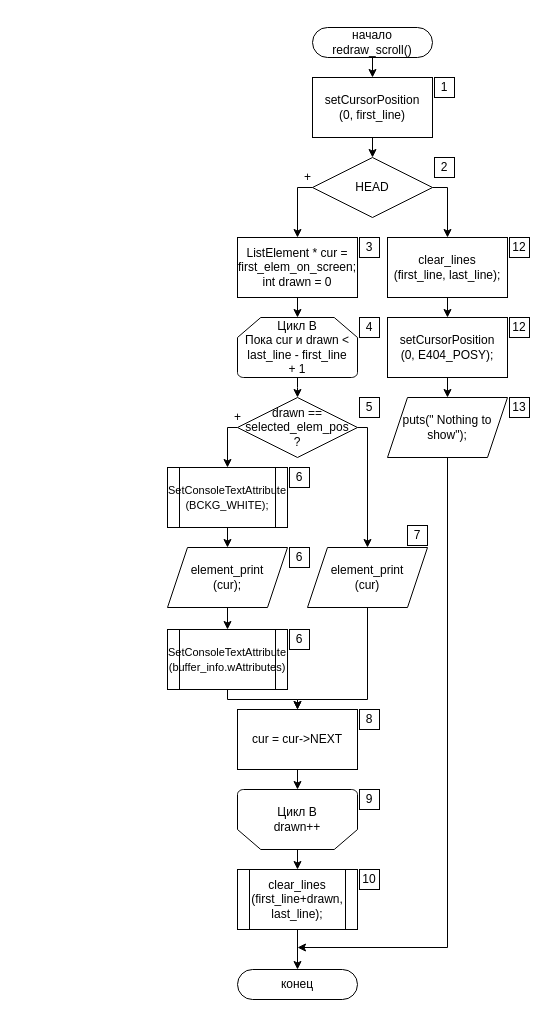
This is ПЗ/Diagrams/redraw_scroll.drawio from Killfrra/AnP, a draw.io file, before an edit. Source tidied: cells renumbered, new cells numbered last; positions are measured from the earlier drawing's top-left corner, leaving out a move shared by most shapes. Both pictures are drawn from the tidied source at 100%, with x=0, y=0 at pixel (167, 27).
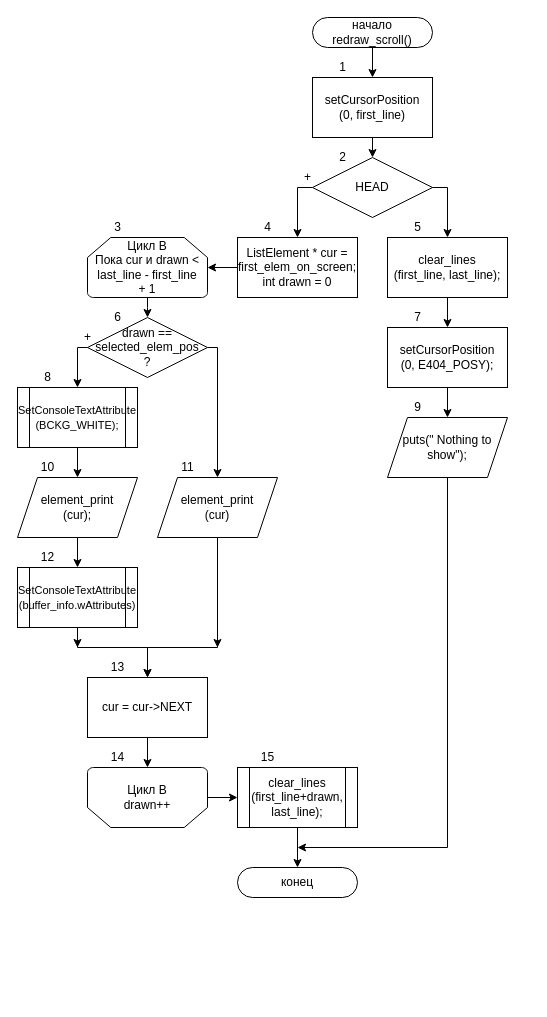
Above is the later version.

Unchanged cells that the change refers to:
```xml
<mxCell id="28" value="ListElement * cur = first_elem_on_screen;&lt;br&gt;int drawn = 0" style="rounded=0;whiteSpace=wrap;html=1;" parent="1" vertex="1">
  <mxGeometry x="70" y="210" width="120" height="60" as="geometry" />
</mxCell>
```

Change to the diagram source:
```diff
@@
     <mxCell id="2" value="начало&lt;br&gt;redraw_scroll()" style="rounded=1;whiteSpace=wrap;html=1;arcSize=50;" parent="1" vertex="1">
-      <mxGeometry x="145" width="120" height="30" as="geometry" />
+      <mxGeometry x="145" y="-10" width="120" height="30" as="geometry" />
     </mxCell>
     <mxCell id="3" value="конец" style="rounded=1;whiteSpace=wrap;html=1;arcSize=50;" parent="1" vertex="1">
-      <mxGeometry x="70" y="942" width="120" height="30" as="geometry" />
+      <mxGeometry x="70" y="840" width="120" height="30" as="geometry" />
     </mxCell>
@@
     <mxCell id="15" value="Цикл B&lt;br&gt;Пока cur и drawn &amp;lt; last_line - first_line&lt;br&gt;+ 1" style="strokeWidth=1;html=1;shape=mxgraph.flowchart.loop_limit;whiteSpace=wrap;flipV=0;" parent="1" vertex="1">
-      <mxGeometry x="70" y="290" width="120" height="60" as="geometry" />
+      <mxGeometry x="-80" y="210" width="120" height="60" as="geometry" />
     </mxCell>
+    <mxCell id="63" style="edgeStyle=orthogonalEdgeStyle;rounded=0;jettySize=auto;html=1;exitX=1;exitY=0.5;exitDx=0;exitDy=0;exitPerimeter=0;entryX=0;entryY=0.5;entryDx=0;entryDy=0;" parent="1" edge="1" source="16" target="39">
+      <mxGeometry relative="1" as="geometry" />
+    </mxCell>
     <mxCell id="16" value="Цикл B&lt;br&gt;drawn++" style="strokeWidth=1;html=1;shape=mxgraph.flowchart.loop_limit;whiteSpace=wrap;flipV=1;" parent="1" vertex="1">
-      <mxGeometry x="70" y="762" width="120" height="60" as="geometry" />
+      <mxGeometry x="-80" y="740" width="120" height="60" as="geometry" />
     </mxCell>
     <mxCell id="17" value="cur = cur-&gt;NEXT" style="rounded=0;whiteSpace=wrap;html=1;" parent="1" vertex="1">
-      <mxGeometry x="70" y="682" width="120" height="60" as="geometry" />
+      <mxGeometry x="-80" y="650" width="120" height="60" as="geometry" />
     </mxCell>
@@
     <mxCell id="19" style="edgeStyle=orthogonalEdgeStyle;rounded=0;jettySize=auto;html=1;exitX=0;exitY=0.5;exitDx=0;exitDy=0;entryX=0.5;entryY=0;entryDx=0;entryDy=0;" parent="1" edge="1" source="20" target="60">
       <mxGeometry relative="1" as="geometry">
         <Array as="points">
-          <mxPoint x="60" y="400" />
+          <mxPoint x="-90" y="320" />
         </Array>
       </mxGeometry>
     </mxCell>
     <mxCell id="20" value="drawn == selected_elem_pos&lt;br&gt;?" style="rhombus;whiteSpace=wrap;html=1;rounded=0;" parent="1" vertex="1">
-      <mxGeometry x="70" y="370" width="120" height="60" as="geometry" />
+      <mxGeometry x="-80" y="290" width="120" height="60" as="geometry" />
     </mxCell>
+    <mxCell id="64" style="edgeStyle=orthogonalEdgeStyle;rounded=0;jettySize=auto;html=1;exitX=0.5;exitY=1;exitDx=0;exitDy=0;" parent="1" edge="1" source="21">
+      <mxGeometry relative="1" as="geometry">
+        <mxPoint x="-90" y="620" as="targetPoint" />
+      </mxGeometry>
+    </mxCell>
     <mxCell id="21" value="&lt;font style=&quot;font-size: 11px&quot;&gt;SetConsoleTextAttribute&lt;br&gt;(buffer_info.wAttributes)&lt;/font&gt;" style="shape=process;whiteSpace=wrap;html=1;backgroundOutline=1;fontFamily=Helvetica;fontSize=12;fontColor=#000000;align=center;strokeColor=#000000;fillColor=#ffffff;" parent="1" vertex="1">
-      <mxGeometry y="602" width="120" height="60" as="geometry" />
+      <mxGeometry x="-150" y="540" width="120" height="60" as="geometry" />
     </mxCell>
     <mxCell id="22" style="edgeStyle=orthogonalEdgeStyle;rounded=0;jettySize=auto;html=1;exitX=0.5;exitY=1;exitDx=0;exitDy=0;entryX=0.5;entryY=0;entryDx=0;entryDy=0;" parent="1" edge="1" source="21" target="17">
       <mxGeometry relative="1" as="geometry">
         <Array as="points">
-          <mxPoint x="60" y="672" />
-          <mxPoint x="130" y="672" />
+          <mxPoint x="-90" y="620" />
+          <mxPoint x="-20" y="620" />
         </Array>
       </mxGeometry>
     </mxCell>
+    <mxCell id="65" style="edgeStyle=orthogonalEdgeStyle;rounded=0;jettySize=auto;html=1;exitX=0.5;exitY=1;exitDx=0;exitDy=0;" parent="1" edge="1" source="23">
+      <mxGeometry relative="1" as="geometry">
+        <mxPoint x="50" y="620" as="targetPoint" />
+      </mxGeometry>
+    </mxCell>
     <mxCell id="23" value="element_print&lt;br&gt;(cur)" style="shape=parallelogram;perimeter=parallelogramPerimeter;whiteSpace=wrap;html=1;fixedSize=1;fontFamily=Helvetica;fontSize=12;fontColor=#000000;align=center;strokeColor=#000000;fillColor=#ffffff;" parent="1" vertex="1">
-      <mxGeometry x="140" y="520" width="120" height="60" as="geometry" />
+      <mxGeometry x="-10" y="450" width="120" height="60" as="geometry" />
     </mxCell>
     <mxCell id="24" style="edgeStyle=orthogonalEdgeStyle;rounded=0;jettySize=auto;html=1;exitX=0.5;exitY=1;exitDx=0;exitDy=0;entryX=0.5;entryY=0;entryDx=0;entryDy=0;" parent="1" edge="1" source="23" target="17">
       <mxGeometry relative="1" as="geometry">
         <Array as="points">
-          <mxPoint x="200" y="672" />
-          <mxPoint x="130" y="672" />
+          <mxPoint x="50" y="620" />
+          <mxPoint x="-20" y="620" />
         </Array>
       </mxGeometry>
     </mxCell>
     <mxCell id="25" style="edgeStyle=orthogonalEdgeStyle;rounded=0;jettySize=auto;html=1;exitX=1;exitY=0.5;exitDx=0;exitDy=0;entryX=0.5;entryY=0;entryDx=0;entryDy=0;" parent="1" edge="1" source="20" target="23">
       <mxGeometry relative="1" as="geometry">
         <Array as="points">
-          <mxPoint x="200" y="400" />
+          <mxPoint x="50" y="320" />
         </Array>
       </mxGeometry>
     </mxCell>
     <mxCell id="26" style="edgeStyle=orthogonalEdgeStyle;rounded=0;jettySize=auto;html=1;exitX=0.5;exitY=1;exitDx=0;exitDy=0;entryX=0.5;entryY=0;entryDx=0;entryDy=0;" parent="1" edge="1" source="15" target="20">
       <mxGeometry relative="1" as="geometry">
         <Array as="points">
-          <mxPoint x="130" y="360" />
-          <mxPoint x="130" y="360" />
+          <mxPoint x="-20" y="280" />
+          <mxPoint x="-20" y="280" />
         </Array>
       </mxGeometry>
     </mxCell>
-    <mxCell id="27" style="edgeStyle=orthogonalEdgeStyle;rounded=0;jettySize=auto;html=1;exitX=0.5;exitY=1;exitDx=0;exitDy=0;entryX=0.5;entryY=0;entryDx=0;entryDy=0;" parent="1" edge="1" source="16">
-      <mxGeometry relative="1" as="geometry">
-        <mxPoint x="130" y="842" as="targetPoint" />
-      </mxGeometry>
-    </mxCell>
+    <mxCell id="29" style="edgeStyle=orthogonalEdgeStyle;rounded=0;jettySize=auto;html=1;exitX=0;exitY=0.5;exitDx=0;exitDy=0;entryX=1;entryY=0.5;entryDx=0;entryDy=0;entryPerimeter=0;" parent="1" edge="1" source="28" target="15">
+      <mxGeometry relative="1" as="geometry" />
+    </mxCell>
@@
-    <mxCell id="29" style="edgeStyle=orthogonalEdgeStyle;rounded=0;jettySize=auto;html=1;exitX=0.5;exitY=1;exitDx=0;exitDy=0;entryX=0.5;entryY=0;entryDx=0;entryDy=0;" parent="1" edge="1" source="28" target="15">
-      <mxGeometry relative="1" as="geometry" />
-    </mxCell>
     <mxCell id="30" style="edgeStyle=orthogonalEdgeStyle;rounded=0;jettySize=auto;html=1;exitX=0.5;exitY=1;exitDx=0;exitDy=0;" parent="1" edge="1" source="31">
       <mxGeometry relative="1" as="geometry">
-        <mxPoint x="130" y="920" as="targetPoint" />
+        <mxPoint x="130" y="820" as="targetPoint" />
         <Array as="points">
-          <mxPoint x="280" y="920" />
+          <mxPoint x="280" y="820" />
         </Array>
       </mxGeometry>
     </mxCell>
     <mxCell id="31" value="puts(&quot; Nothing to show&quot;);" style="shape=parallelogram;perimeter=parallelogramPerimeter;whiteSpace=wrap;html=1;fixedSize=1;fontFamily=Helvetica;fontSize=12;fontColor=#000000;align=center;strokeColor=#000000;fillColor=#ffffff;" parent="1" vertex="1">
-      <mxGeometry x="220" y="370" width="120" height="60" as="geometry" />
+      <mxGeometry x="220" y="390" width="120" height="60" as="geometry" />
     </mxCell>
@@
     <mxCell id="39" value="clear_lines&lt;br&gt;(first_line+drawn,&lt;br&gt;last_line);" style="shape=process;whiteSpace=wrap;html=1;backgroundOutline=1;fontFamily=Helvetica;fontSize=12;fontColor=#000000;align=center;strokeColor=#000000;fillColor=#ffffff;" parent="1" vertex="1">
-      <mxGeometry x="70" y="842" width="120" height="60" as="geometry" />
+      <mxGeometry x="70" y="740" width="120" height="60" as="geometry" />
     </mxCell>
@@
     <mxCell id="41" value="+" style="text;html=1;align=center;verticalAlign=middle;" parent="1" vertex="1">
-      <mxGeometry x="60" y="380" width="20" height="20" as="geometry" />
+      <mxGeometry x="-90" y="300" width="20" height="20" as="geometry" />
     </mxCell>
-    <mxCell id="42" value="1" style="whiteSpace=wrap;html=1;" parent="1" vertex="1">
-      <mxGeometry x="267" y="50" width="20" height="20" as="geometry" />
-    </mxCell>
-    <mxCell id="43" value="3" style="whiteSpace=wrap;html=1;" parent="1" vertex="1">
-      <mxGeometry x="192" y="210" width="20" height="20" as="geometry" />
-    </mxCell>
-    <mxCell id="44" value="2" style="whiteSpace=wrap;html=1;" parent="1" vertex="1">
-      <mxGeometry x="267" y="130" width="20" height="20" as="geometry" />
-    </mxCell>
-    <mxCell id="45" value="12" style="whiteSpace=wrap;html=1;" parent="1" vertex="1">
-      <mxGeometry x="342" y="210" width="20" height="20" as="geometry" />
-    </mxCell>
-    <mxCell id="46" value="13" style="whiteSpace=wrap;html=1;" parent="1" vertex="1">
-      <mxGeometry x="342" y="370" width="20" height="20" as="geometry" />
-    </mxCell>
-    <mxCell id="47" value="4" style="whiteSpace=wrap;html=1;" parent="1" vertex="1">
-      <mxGeometry x="192" y="290" width="20" height="20" as="geometry" />
-    </mxCell>
-    <mxCell id="48" value="5" style="whiteSpace=wrap;html=1;" parent="1" vertex="1">
-      <mxGeometry x="192" y="370" width="20" height="20" as="geometry" />
-    </mxCell>
-    <mxCell id="49" value="7" style="whiteSpace=wrap;html=1;" parent="1" vertex="1">
-      <mxGeometry x="240" y="498" width="20" height="20" as="geometry" />
-    </mxCell>
-    <mxCell id="50" value="6" style="whiteSpace=wrap;html=1;" parent="1" vertex="1">
-      <mxGeometry x="122" y="440" width="20" height="20" as="geometry" />
-    </mxCell>
-    <mxCell id="51" value="8" style="whiteSpace=wrap;html=1;" parent="1" vertex="1">
-      <mxGeometry x="192" y="682" width="20" height="20" as="geometry" />
-    </mxCell>
-    <mxCell id="52" value="9" style="whiteSpace=wrap;html=1;" parent="1" vertex="1">
-      <mxGeometry x="192" y="762" width="20" height="20" as="geometry" />
-    </mxCell>
-    <mxCell id="53" value="10" style="whiteSpace=wrap;html=1;" parent="1" vertex="1">
-      <mxGeometry x="192" y="842" width="20" height="20" as="geometry" />
-    </mxCell>
@@
     <mxCell id="55" value="setCursorPosition&lt;br&gt;(0, E404_POSY);" style="rounded=0;whiteSpace=wrap;html=1;" parent="1" vertex="1">
-      <mxGeometry x="220" y="290" width="120" height="60" as="geometry" />
+      <mxGeometry x="220" y="300" width="120" height="60" as="geometry" />
     </mxCell>
-    <mxCell id="56" value="12" style="whiteSpace=wrap;html=1;" parent="1" vertex="1">
-      <mxGeometry x="342" y="290" width="20" height="20" as="geometry" />
-    </mxCell>
@@
     <mxCell id="58" value="element_print&lt;br&gt;(cur);" style="shape=parallelogram;perimeter=parallelogramPerimeter;whiteSpace=wrap;html=1;fixedSize=1;fontFamily=Helvetica;fontSize=12;fontColor=#000000;align=center;strokeColor=#000000;fillColor=#ffffff;" parent="1" vertex="1">
-      <mxGeometry y="520" width="120" height="60" as="geometry" />
+      <mxGeometry x="-150" y="450" width="120" height="60" as="geometry" />
     </mxCell>
@@
     <mxCell id="60" value="&lt;font style=&quot;font-size: 11px&quot;&gt;SetConsoleTextAttribute&lt;br&gt;(BCKG_WHITE);&lt;/font&gt;" style="shape=process;whiteSpace=wrap;html=1;backgroundOutline=1;fontFamily=Helvetica;fontSize=12;fontColor=#000000;align=center;strokeColor=#000000;fillColor=#ffffff;" parent="1" vertex="1">
-      <mxGeometry y="440" width="120" height="60" as="geometry" />
+      <mxGeometry x="-150" y="360" width="120" height="60" as="geometry" />
     </mxCell>
-    <mxCell id="61" value="6" style="whiteSpace=wrap;html=1;" parent="1" vertex="1">
-      <mxGeometry x="122" y="520" width="20" height="20" as="geometry" />
-    </mxCell>
-    <mxCell id="62" value="6" style="whiteSpace=wrap;html=1;" parent="1" vertex="1">
-      <mxGeometry x="122" y="602" width="20" height="20" as="geometry" />
-    </mxCell>
+    <mxCell id="42" value="1" style="text;html=1;align=center;verticalAlign=middle;" parent="1" vertex="1">
+      <mxGeometry x="165" y="30" width="20" height="20" as="geometry" />
+    </mxCell>
+    <mxCell id="44" value="2" style="text;html=1;align=center;verticalAlign=middle;" parent="1" vertex="1">
+      <mxGeometry x="165" y="120" width="20" height="20" as="geometry" />
+    </mxCell>
+    <mxCell id="47" value="4" style="text;html=1;align=center;verticalAlign=middle;" parent="1" vertex="1">
+      <mxGeometry x="90" y="190" width="20" height="20" as="geometry" />
+    </mxCell>
+    <mxCell id="48" value="5" style="text;html=1;align=center;verticalAlign=middle;" parent="1" vertex="1">
+      <mxGeometry x="240" y="190" width="20" height="20" as="geometry" />
+    </mxCell>
+    <mxCell id="49" value="7" style="text;html=1;align=center;verticalAlign=middle;" parent="1" vertex="1">
+      <mxGeometry x="240" y="280" width="20" height="20" as="geometry" />
+    </mxCell>
+    <mxCell id="52" value="9" style="text;html=1;align=center;verticalAlign=middle;" parent="1" vertex="1">
+      <mxGeometry x="240" y="370" width="20" height="20" as="geometry" />
+    </mxCell>
+    <mxCell id="43" value="3" style="text;html=1;align=center;verticalAlign=middle;" parent="1" vertex="1">
+      <mxGeometry x="-60" y="190" width="20" height="20" as="geometry" />
+    </mxCell>
+    <mxCell id="66" value="6" style="text;html=1;align=center;verticalAlign=middle;" parent="1" vertex="1">
+      <mxGeometry x="-60" y="280" width="20" height="20" as="geometry" />
+    </mxCell>
+    <mxCell id="51" value="8" style="text;html=1;align=center;verticalAlign=middle;" parent="1" vertex="1">
+      <mxGeometry x="-130" y="340" width="20" height="20" as="geometry" />
+    </mxCell>
+    <mxCell id="67" value="11" style="text;html=1;align=center;verticalAlign=middle;" parent="1" vertex="1">
+      <mxGeometry x="5" y="430" width="30" height="20" as="geometry" />
+    </mxCell>
+    <mxCell id="68" value="12" style="text;html=1;align=center;verticalAlign=middle;" parent="1" vertex="1">
+      <mxGeometry x="-135" y="520" width="30" height="20" as="geometry" />
+    </mxCell>
+    <mxCell id="53" value="10" style="text;html=1;align=center;verticalAlign=middle;" parent="1" vertex="1">
+      <mxGeometry x="-135" y="430" width="30" height="20" as="geometry" />
+    </mxCell>
+    <mxCell id="46" value="13" style="text;html=1;align=center;verticalAlign=middle;" parent="1" vertex="1">
+      <mxGeometry x="-65" y="630" width="30" height="20" as="geometry" />
+    </mxCell>
+    <mxCell id="69" value="14" style="text;html=1;align=center;verticalAlign=middle;" parent="1" vertex="1">
+      <mxGeometry x="-65" y="720" width="30" height="20" as="geometry" />
+    </mxCell>
+    <mxCell id="70" value="15" style="text;html=1;align=center;verticalAlign=middle;" parent="1" vertex="1">
+      <mxGeometry x="85" y="720" width="30" height="20" as="geometry" />
+    </mxCell>
```
